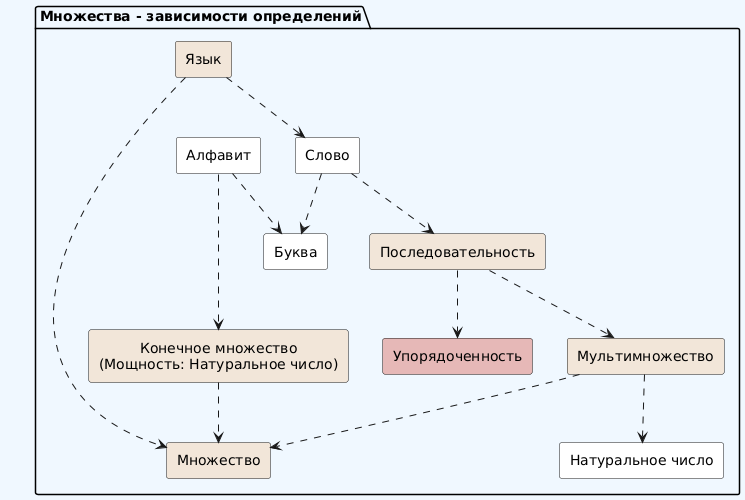
The PlantUML diagram examples/novikov.png in vladimir-skvortsov/ontol, before a commit. Source of this version:
```plantuml
@startuml
skinparam backgroundColor #F0F8FF
skinparam defaultTextAlignment center
skinparam shadowing false
package "Множества - зависимости определений" {
rectangle "Упорядоченность" as order #E6B8B7
rectangle "Последовательность" as sequence #F2E6D9
rectangle "Мультимножество" as multiset #F2E6D9
rectangle "Множество" as set #F2E6D9
rectangle "Конечное множество\n(Мощность: Натуральное число)" as finiteSet #F2E6D9
rectangle "Натуральное число" as natural #FFFFFF
rectangle "Алфавит" as alphabet #FFFFFF
rectangle "Язык" as language #F2E6D9
rectangle "Слово" as word #FFFFFF
rectangle "Буква" as letter #FFFFFF
sequence ..> multiset
sequence ..> order
multiset ..> set
multiset ..> natural
finiteSet ..> set
alphabet ..> finiteSet
alphabet ..> letter
language ..> set
language ..> word
word ..> letter
word ..> sequence
}
@enduml
```
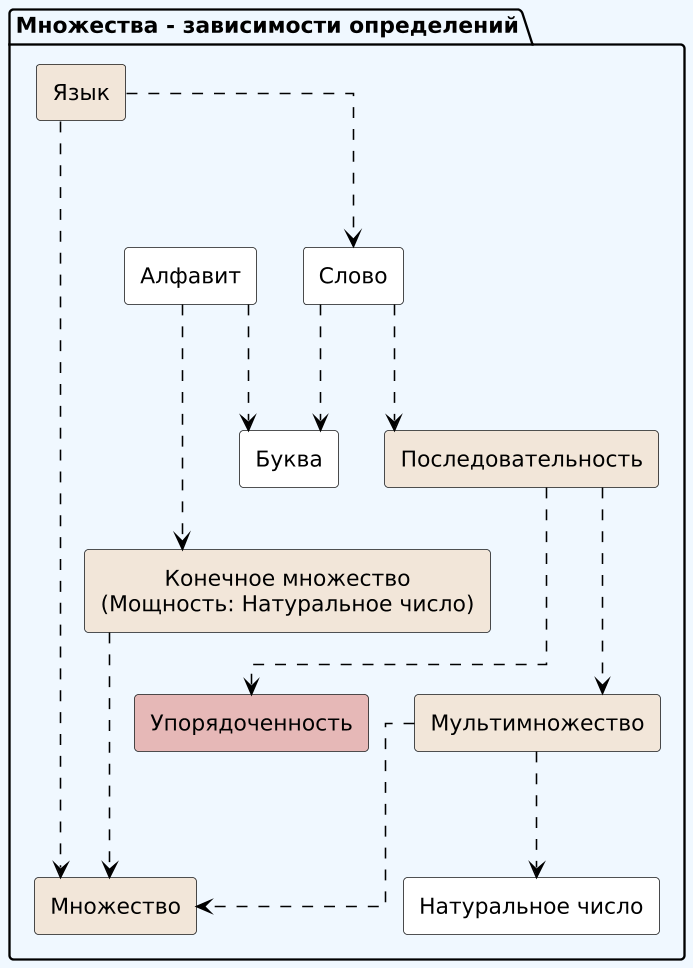
The same diagram one commit later.

Change to the diagram source:
```diff
@@ -2,6 +2,10 @@
 skinparam backgroundColor #F0F8FF
 skinparam defaultTextAlignment center
 skinparam shadowing false
+skinparam dpi 150
+skinparam linetype ortho
+skinparam ranksep 40
+skinparam nodesep 30
 package "Множества - зависимости определений" {
 rectangle "Упорядоченность" as order #E6B8B7
 rectangle "Последовательность" as sequence #F2E6D9
@@ -13,16 +17,27 @@
 rectangle "Язык" as language #F2E6D9
 rectangle "Слово" as word #FFFFFF
 rectangle "Буква" as letter #FFFFFF
-sequence ..> multiset
-sequence ..> order
-multiset ..> set
-multiset ..> natural
-finiteSet ..> set
-alphabet ..> finiteSet
-alphabet ..> letter
-language ..> set
-language ..> word
-word ..> letter
-word ..> sequence
+sequence  ..[#black].>  multiset
+
+sequence  ..[#black].>  order
+
+multiset  ..[#black].>  set
+
+multiset  ..[#black].>  natural
+
+finiteSet  ..[#black].>  set
+
+alphabet  ..[#black].>  finiteSet
+
+alphabet  ..[#black].>  letter
+
+language  ..[#black].>  set
+
+language  ..[#black].>  word
+
+word  ..[#black].>  letter
+
+word  ..[#black].>  sequence
+
 }
 @enduml
```
